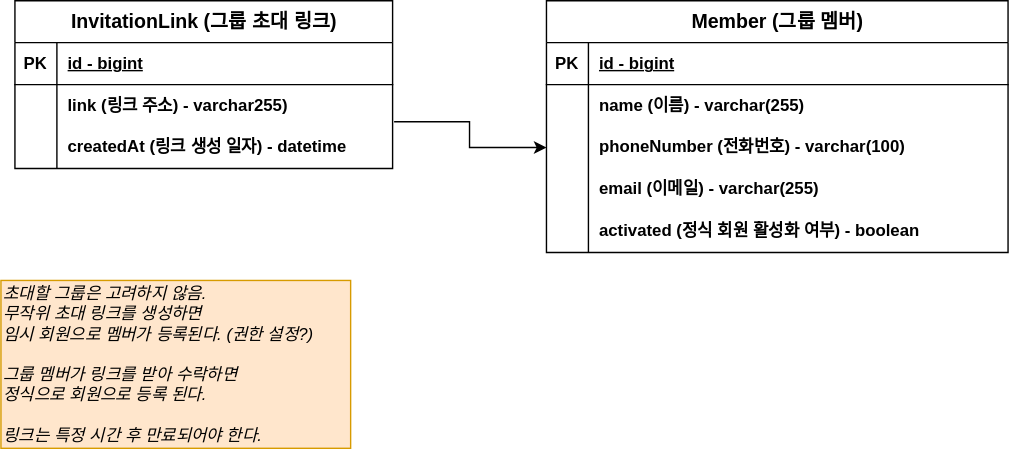
This is invitation-erd.svg from Jonggae/group-invitation, a draw.io export, as it was before one commit. Source tidied: cells renumbered, new cells last; positions are measured from the earlier drawing's top-left corner, leaving out a move shared by most shapes. The source it was exported from:
```xml
<mxGraphModel>
  <root>
    <mxCell id="0" />
    <mxCell id="1" parent="0" />
    <mxCell id="2" style="edgeStyle=orthogonalEdgeStyle;rounded=0;jettySize=auto;html=1;entryX=0;entryY=0.5;entryDx=0;entryDy=0;exitX=1.004;exitY=-0.117;exitDx=0;exitDy=0;exitPerimeter=0;" parent="1" edge="1" source="10" target="20">
      <mxGeometry relative="1" as="geometry" />
    </mxCell>
    <mxCell id="3" value="&lt;font style=&quot;font-size: 14px;&quot;&gt;InvitationLink (그룹 초대 링크)&lt;/font&gt;" style="shape=table;startSize=30;rowLines=0;fontStyle=1;align=center;html=1;" parent="1" vertex="1">
      <mxGeometry x="10" width="270" height="120" as="geometry" />
    </mxCell>
    <mxCell id="4" style="shape=tableRow;horizontal=0;startSize=0;swimlaneHead=0;swimlaneBody=0;fillColor=none;top=0;left=0;right=0;bottom=1;" parent="3" vertex="1">
      <mxGeometry y="30" width="270" height="30" as="geometry" />
    </mxCell>
    <mxCell id="5" value="PK" style="shape=partialRectangle;fillColor=none;top=0;left=0;bottom=0;right=0;fontStyle=1;overflow=hidden;whiteSpace=wrap;html=1;" parent="4" vertex="1">
      <mxGeometry width="30" height="30" as="geometry" />
    </mxCell>
    <mxCell id="6" value="id - bigint" style="shape=partialRectangle;fillColor=none;top=0;left=0;bottom=0;right=0;align=left;spacingLeft=6;fontStyle=5;overflow=hidden;whiteSpace=wrap;html=1;" parent="4" vertex="1">
      <mxGeometry x="30" width="240" height="30" as="geometry" />
    </mxCell>
    <mxCell id="7" style="shape=tableRow;horizontal=0;startSize=0;swimlaneHead=0;swimlaneBody=0;fillColor=none;top=0;left=0;right=0;bottom=0;" parent="3" vertex="1">
      <mxGeometry y="60" width="270" height="30" as="geometry" />
    </mxCell>
    <mxCell id="8" style="shape=partialRectangle;fillColor=none;top=0;left=0;bottom=0;right=0;overflow=hidden;whiteSpace=wrap;html=1;" parent="7" vertex="1">
      <mxGeometry width="30" height="30" as="geometry" />
    </mxCell>
    <mxCell id="9" value="link (링크 주소) - varchar255)" style="shape=partialRectangle;fillColor=none;top=0;left=0;bottom=0;right=0;align=left;spacingLeft=6;overflow=hidden;whiteSpace=wrap;html=1;fontStyle=1;" parent="7" vertex="1">
      <mxGeometry x="30" width="240" height="30" as="geometry" />
    </mxCell>
    <mxCell id="10" style="shape=tableRow;horizontal=0;startSize=0;swimlaneHead=0;swimlaneBody=0;fillColor=none;points=[[0,0.5],[1,0.5]];portConstraint=eastwest;top=0;left=0;right=0;bottom=0;" parent="3" vertex="1">
      <mxGeometry y="90" width="270" height="30" as="geometry" />
    </mxCell>
    <mxCell id="11" style="shape=partialRectangle;fillColor=none;top=0;left=0;bottom=0;right=0;overflow=hidden;whiteSpace=wrap;html=1;" parent="10" vertex="1">
      <mxGeometry width="30" height="30" as="geometry" />
    </mxCell>
    <mxCell id="12" value="createdAt (링크 생성 일자) - datetime" style="shape=partialRectangle;fillColor=none;top=0;left=0;bottom=0;right=0;align=left;spacingLeft=6;overflow=hidden;whiteSpace=wrap;html=1;fontStyle=1;" parent="10" vertex="1">
      <mxGeometry x="30" width="240" height="30" as="geometry" />
    </mxCell>
    <mxCell id="13" value="&lt;font style=&quot;font-size: 14px;&quot;&gt;Member (그룹 멤버)&lt;/font&gt;" style="shape=table;startSize=30;rowLines=0;fontStyle=1;align=center;html=1;" parent="1" vertex="1">
      <mxGeometry x="390" width="330" height="180" as="geometry" />
    </mxCell>
    <mxCell id="14" style="shape=tableRow;horizontal=0;startSize=0;swimlaneHead=0;swimlaneBody=0;fillColor=none;top=0;left=0;right=0;bottom=1;" parent="13" vertex="1">
      <mxGeometry y="30" width="330" height="30" as="geometry" />
    </mxCell>
    <mxCell id="15" value="PK" style="shape=partialRectangle;fillColor=none;top=0;left=0;bottom=0;right=0;fontStyle=1;overflow=hidden;whiteSpace=wrap;html=1;" parent="14" vertex="1">
      <mxGeometry width="30" height="30" as="geometry" />
    </mxCell>
    <mxCell id="16" value="id - bigint" style="shape=partialRectangle;fillColor=none;top=0;left=0;bottom=0;right=0;align=left;spacingLeft=6;fontStyle=5;overflow=hidden;whiteSpace=wrap;html=1;" parent="14" vertex="1">
      <mxGeometry x="30" width="300" height="30" as="geometry" />
    </mxCell>
    <mxCell id="17" style="shape=tableRow;horizontal=0;startSize=0;swimlaneHead=0;swimlaneBody=0;fillColor=none;top=0;left=0;right=0;bottom=0;" parent="13" vertex="1">
      <mxGeometry y="60" width="330" height="30" as="geometry" />
    </mxCell>
    <mxCell id="18" style="shape=partialRectangle;fillColor=none;top=0;left=0;bottom=0;right=0;overflow=hidden;whiteSpace=wrap;html=1;" parent="17" vertex="1">
      <mxGeometry width="30" height="30" as="geometry" />
    </mxCell>
    <mxCell id="19" value="name (이름) - varchar(255)" style="shape=partialRectangle;fillColor=none;top=0;left=0;bottom=0;right=0;align=left;spacingLeft=6;overflow=hidden;whiteSpace=wrap;html=1;fontStyle=1;" parent="17" vertex="1">
      <mxGeometry x="30" width="300" height="30" as="geometry" />
    </mxCell>
    <mxCell id="20" style="shape=tableRow;horizontal=0;startSize=0;swimlaneHead=0;swimlaneBody=0;fillColor=none;points=[[0,0.5],[1,0.5]];portConstraint=eastwest;top=0;left=0;right=0;bottom=0;" parent="13" vertex="1">
      <mxGeometry y="90" width="330" height="30" as="geometry" />
    </mxCell>
    <mxCell id="21" style="shape=partialRectangle;fillColor=none;top=0;left=0;bottom=0;right=0;overflow=hidden;whiteSpace=wrap;html=1;" parent="20" vertex="1">
      <mxGeometry width="30" height="30" as="geometry" />
    </mxCell>
    <mxCell id="22" value="&lt;b&gt;phoneNumber (전화번호) - varchar(100)&lt;/b&gt;" style="shape=partialRectangle;fillColor=none;top=0;left=0;bottom=0;right=0;align=left;spacingLeft=6;overflow=hidden;whiteSpace=wrap;html=1;" parent="20" vertex="1">
      <mxGeometry x="30" width="300" height="30" as="geometry" />
    </mxCell>
    <mxCell id="23" style="shape=tableRow;horizontal=0;startSize=0;swimlaneHead=0;swimlaneBody=0;fillColor=none;top=0;left=0;right=0;bottom=0;" parent="13" vertex="1">
      <mxGeometry y="120" width="330" height="30" as="geometry" />
    </mxCell>
    <mxCell id="24" style="shape=partialRectangle;fillColor=none;top=0;left=0;bottom=0;right=0;overflow=hidden;whiteSpace=wrap;html=1;" parent="23" vertex="1">
      <mxGeometry width="30" height="30" as="geometry" />
    </mxCell>
    <mxCell id="25" value="email (이메일) - varchar(255)" style="shape=partialRectangle;fillColor=none;top=0;left=0;bottom=0;right=0;align=left;spacingLeft=6;overflow=hidden;whiteSpace=wrap;html=1;fontStyle=1;" parent="23" vertex="1">
      <mxGeometry x="30" width="300" height="30" as="geometry" />
    </mxCell>
    <mxCell id="26" style="shape=tableRow;horizontal=0;startSize=0;swimlaneHead=0;swimlaneBody=0;fillColor=none;top=0;left=0;right=0;bottom=0;" parent="13" vertex="1">
      <mxGeometry y="150" width="330" height="30" as="geometry" />
    </mxCell>
    <mxCell id="27" style="shape=partialRectangle;fillColor=none;top=0;left=0;bottom=0;right=0;overflow=hidden;whiteSpace=wrap;html=1;" parent="26" vertex="1">
      <mxGeometry width="30" height="30" as="geometry" />
    </mxCell>
    <mxCell id="28" value="activated (정식 회원 활성화 여부) - boolean" style="shape=partialRectangle;fillColor=none;top=0;left=0;bottom=0;right=0;align=left;spacingLeft=6;overflow=hidden;whiteSpace=wrap;html=1;fontStyle=1;" parent="26" vertex="1">
      <mxGeometry x="30" width="300" height="30" as="geometry" />
    </mxCell>
    <mxCell id="29" value="&lt;i&gt;초대할 그룹은 고려하지 않음.&lt;br&gt;무작위 초대 링크를 생성하면&lt;br&gt;임시 회원으로 멤버가 등록된다. (권한 설정?)&lt;br&gt;&lt;br&gt;그룹 멤버가 링크를 받아 수락하면&lt;br&gt;정식으로 회원으로 등록 된다.&lt;br&gt;&lt;br&gt;링크는 특정 시간 후 만료되어야 한다.&lt;/i&gt;" style="rounded=0;whiteSpace=wrap;html=1;fillColor=#ffe6cc;strokeColor=#d79b00;align=left;" parent="1" vertex="1">
      <mxGeometry y="200" width="250" height="120" as="geometry" />
    </mxCell>
  </root>
</mxGraphModel>
```
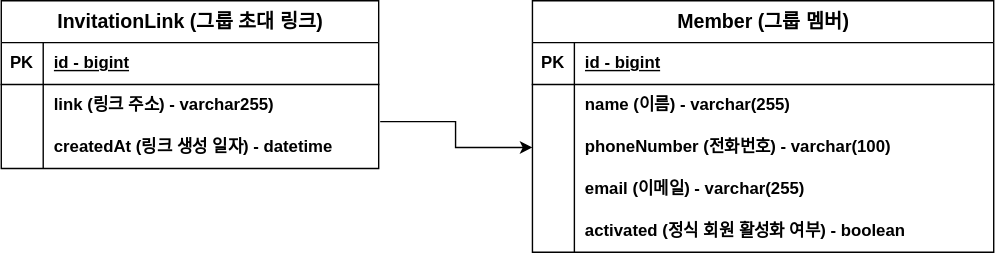
After the change.

Change to the diagram source:
```diff
@@ -83,8 +83,5 @@
     <mxCell id="28" value="activated (정식 회원 활성화 여부) - boolean" style="shape=partialRectangle;fillColor=none;top=0;left=0;bottom=0;right=0;align=left;spacingLeft=6;overflow=hidden;whiteSpace=wrap;html=1;fontStyle=1;" parent="26" vertex="1">
       <mxGeometry x="30" width="300" height="30" as="geometry" />
     </mxCell>
-    <mxCell id="29" value="&lt;i&gt;초대할 그룹은 고려하지 않음.&lt;br&gt;무작위 초대 링크를 생성하면&lt;br&gt;임시 회원으로 멤버가 등록된다. (권한 설정?)&lt;br&gt;&lt;br&gt;그룹 멤버가 링크를 받아 수락하면&lt;br&gt;정식으로 회원으로 등록 된다.&lt;br&gt;&lt;br&gt;링크는 특정 시간 후 만료되어야 한다.&lt;/i&gt;" style="rounded=0;whiteSpace=wrap;html=1;fillColor=#ffe6cc;strokeColor=#d79b00;align=left;" parent="1" vertex="1">
-      <mxGeometry y="200" width="250" height="120" as="geometry" />
-    </mxCell>
   </root>
 </mxGraphModel>
```
